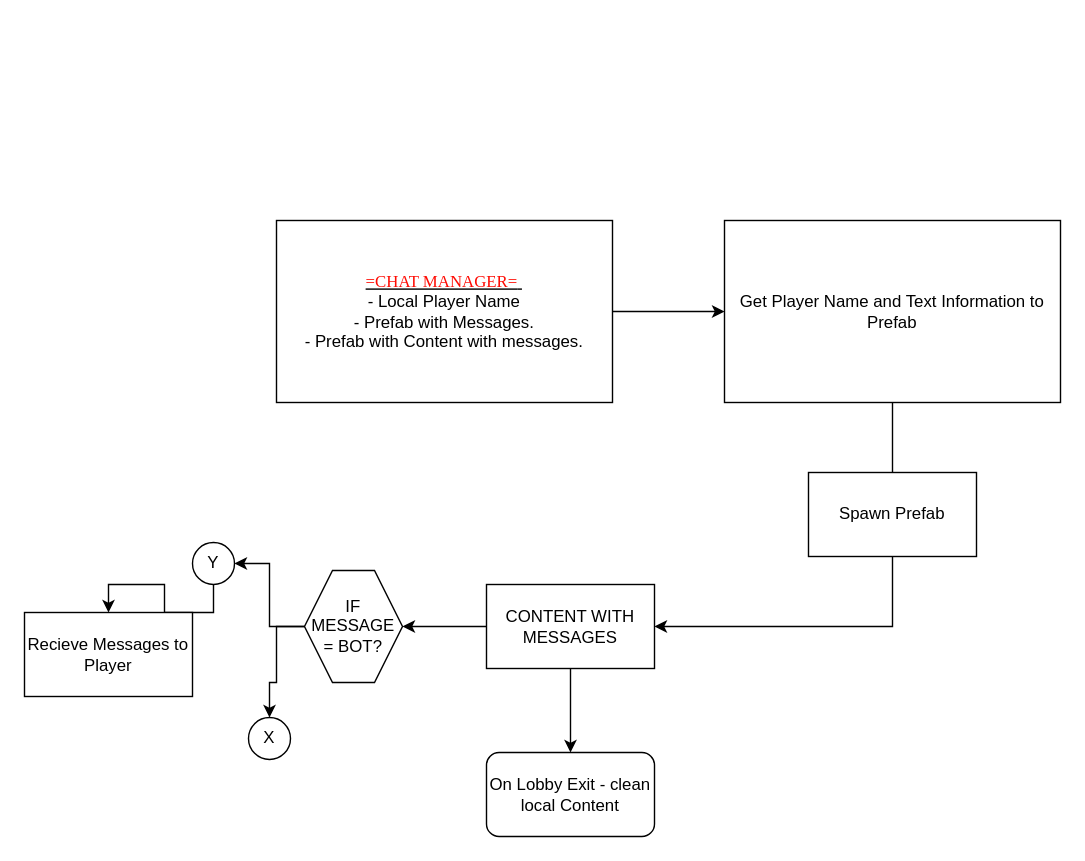
Above: Schemes/Untitled Diagram.drawio in ExByte-Studios/Block-Scheme (draw.io), before the change. Source tidied: cells renumbered, new cells numbered last; positions are measured from the earlier drawing's top-left corner, leaving out a move shared by most shapes. Both pictures are drawn from the tidied source at 140%, with x=0, y=0 at pixel (24, 220).
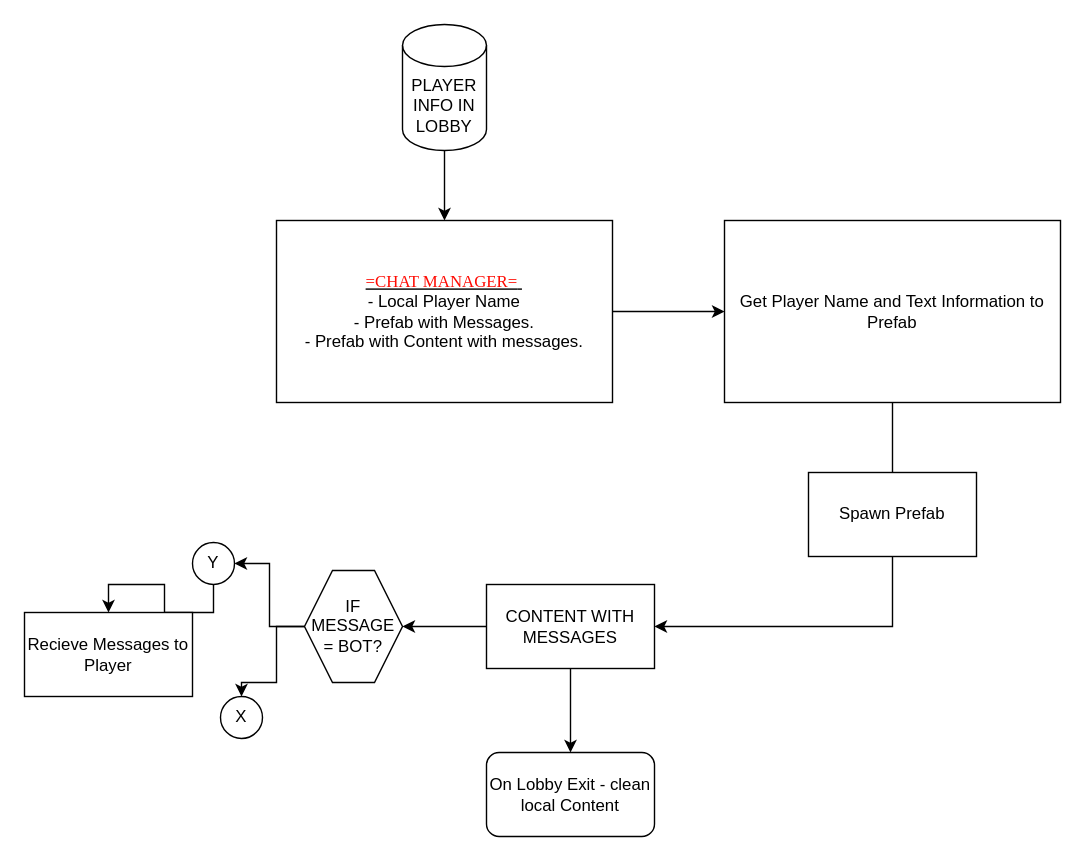
Above is the later version.

The change refers to these unchanged cells:
```xml
<mxCell id="3" value="&lt;u&gt;&lt;font color=&quot;#ff0b03&quot;&gt;&lt;font face=&quot;Times New Roman&quot;&gt;=CHAT MANAGER=&lt;/font&gt;&amp;nbsp;&lt;/font&gt;&lt;/u&gt;&lt;br&gt;- Local Player Name&lt;br&gt;- Prefab with Messages.&lt;br&gt;- Prefab with Content with messages." style="rounded=0;whiteSpace=wrap;html=1;" parent="1" vertex="1">
  <mxGeometry x="180" width="240" height="130" as="geometry" />
</mxCell>
```

Change to the diagram source:
```diff
@@
     <mxCell id="17" value="X" style="ellipse;whiteSpace=wrap;html=1;fontFamily=Helvetica;fontColor=#000000;" parent="1" vertex="1">
-      <mxGeometry x="160" y="355" width="30" height="30" as="geometry" />
+      <mxGeometry x="140" y="340" width="30" height="30" as="geometry" />
     </mxCell>
@@
+    <mxCell id="19" style="edgeStyle=orthogonalEdgeStyle;rounded=0;jettySize=auto;html=1;fontFamily=Helvetica;fontColor=#000000;" parent="1" edge="1" source="20" target="3">
+      <mxGeometry relative="1" as="geometry" />
+    </mxCell>
+    <mxCell id="20" value="PLAYER INFO IN LOBBY" style="shape=cylinder3;whiteSpace=wrap;html=1;boundedLbl=1;backgroundOutline=1;size=15;fontFamily=Helvetica;fontColor=#000000;" parent="1" vertex="1">
+      <mxGeometry x="270" y="-140" width="60" height="90" as="geometry" />
+    </mxCell>
```
